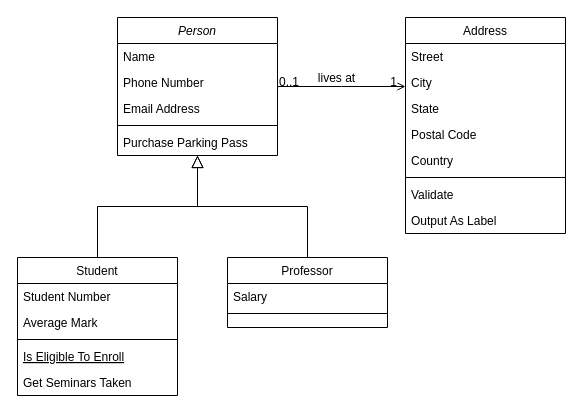
The draw.io diagram Diagrama sin título.drawio in HantzoStudios/Smailyn, before the edit. Source tidied: cells renumbered, new cells numbered last; positions are measured from the earlier drawing's top-left corner, leaving out a move shared by most shapes. Both pictures are drawn from the tidied source at 100%, with x=0, y=0 at pixel (17, 17).
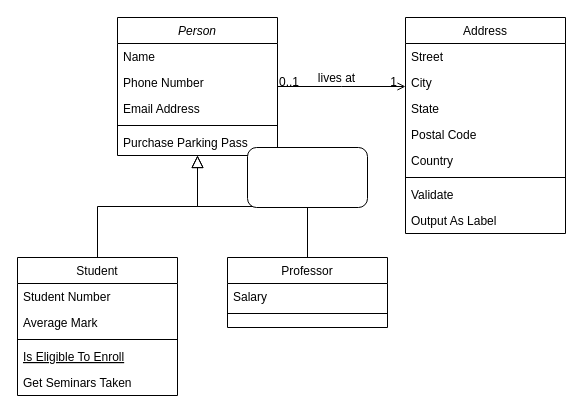
After the change.

Diff of the diagram source:
```diff
@@
+    <mxCell id="32" style="rounded=1;whiteSpace=wrap;html=1;" parent="1" vertex="1">
+      <mxGeometry x="230" y="130" width="120" height="60" as="geometry" />
+    </mxCell>
```
